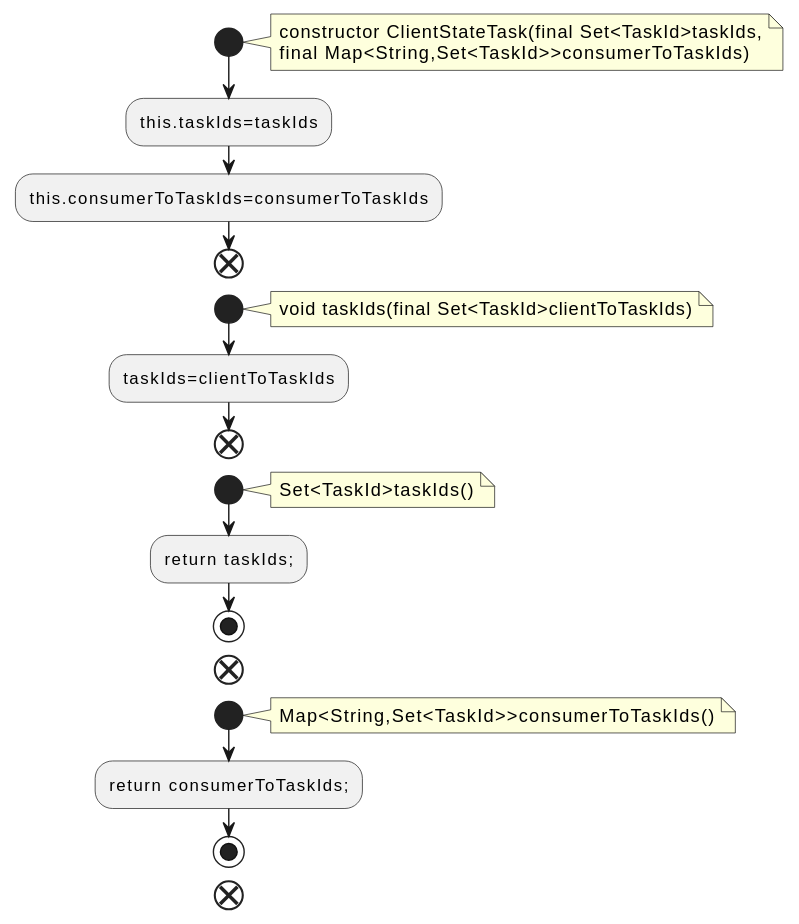
This is docs/qc/streams/src/main/java/org/apache/kafka/streams/processor/internals/assignment/ClientStateTask.java.fct.svg from qualitesys/kafka, a PlantUML export, as it was before one commit. The source it was exported from:
```plantuml
@startuml
!pragma layout smetana
start
note right
constructor ClientStateTask(final Set<TaskId>taskIds,
final Map<String,Set<TaskId>>consumerToTaskIds)
end note
:this.taskIds=taskIds;
:this.consumerToTaskIds=consumerToTaskIds;
end
start
note right
void taskIds(final Set<TaskId>clientToTaskIds)
end note
:taskIds=clientToTaskIds;
end
start
note right
Set<TaskId>taskIds()
end note
:return taskIds;;
stop
end
start
note right
Map<String,Set<TaskId>>consumerToTaskIds()
end note
:return consumerToTaskIds;;
stop
end
@enduml
```
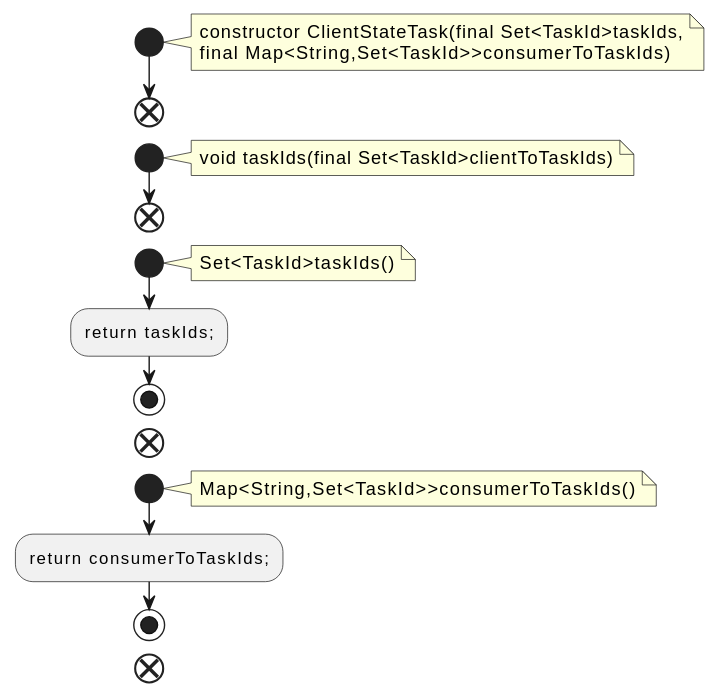
The same diagram one commit later.

The edit, as a diff of the source:
```diff
@@ -5,14 +5,11 @@
 constructor ClientStateTask(final Set<TaskId>taskIds,
 final Map<String,Set<TaskId>>consumerToTaskIds)
 end note
-:this.taskIds=taskIds;
-:this.consumerToTaskIds=consumerToTaskIds;
 end
 start
 note right
 void taskIds(final Set<TaskId>clientToTaskIds)
 end note
-:taskIds=clientToTaskIds;
 end
 start
 note right
```
